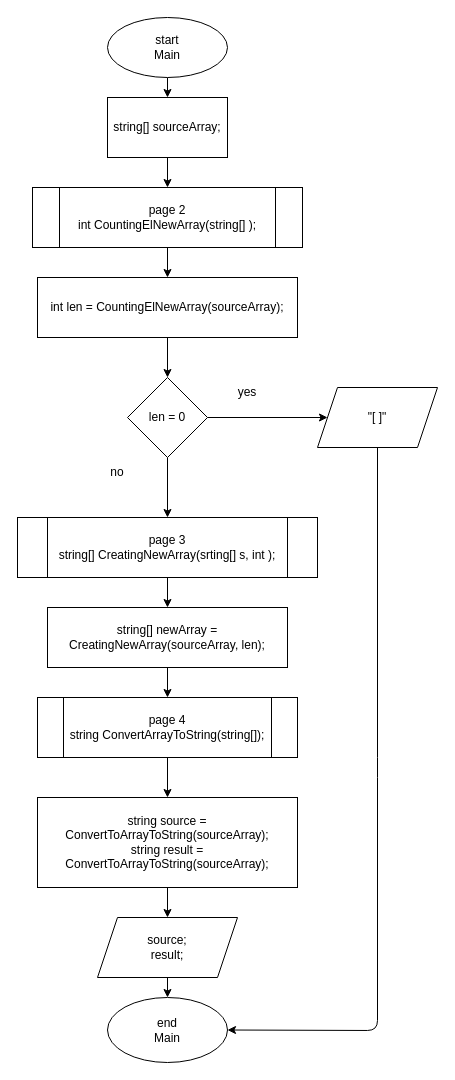
AleksandrKrivoruchko/homework keeps this draw.io diagram as page "Страница 1" (1 of 4) of finalVerificationWork/finalVerificationWork.dio. Above is the earlier version. Source tidied: cells renumbered, new cells numbered last; positions are measured from the earlier drawing's top-left corner, leaving out a move shared by most shapes. Both pictures are drawn from the tidied source at 100%, with x=0, y=0 at pixel (17, 17).
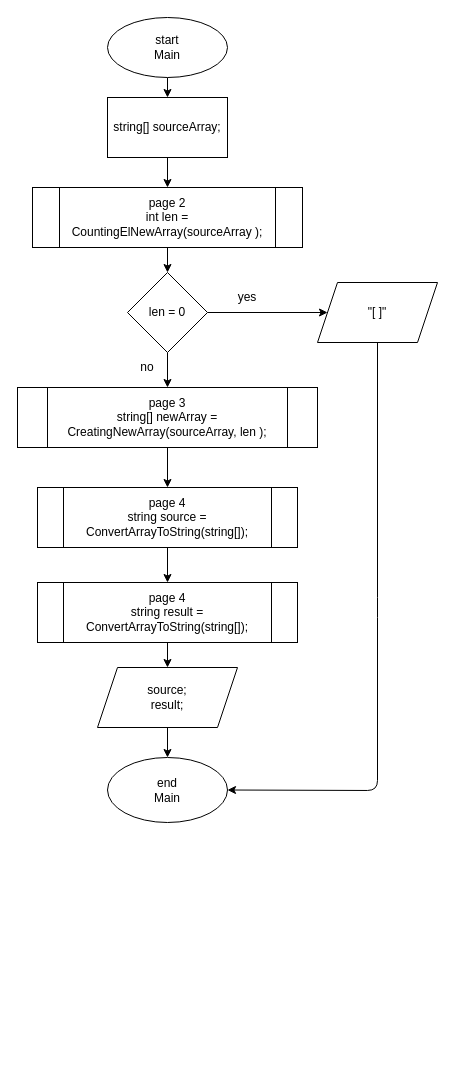
After the change.

What changed in the source:
```diff
@@
-    <mxCell id="6" style="edgeStyle=none;html=1;entryX=0.5;entryY=0;entryDx=0;entryDy=0;" parent="1" edge="1" source="7" target="14">
-      <mxGeometry relative="1" as="geometry" />
-    </mxCell>
+    <mxCell id="28" style="edgeStyle=none;html=1;entryX=0.5;entryY=0;entryDx=0;entryDy=0;" parent="1" edge="1" source="7" target="23">
+      <mxGeometry relative="1" as="geometry" />
+    </mxCell>
-    <mxCell id="7" value="page 2&lt;br&gt;int CountingElNewArray(string[] );" style="shape=process;whiteSpace=wrap;html=1;backgroundOutline=1;" parent="1" vertex="1">
+    <mxCell id="7" value="page 2&lt;br&gt;int len = CountingElNewArray(sourceArray );" style="shape=process;whiteSpace=wrap;html=1;backgroundOutline=1;" parent="1" vertex="1">
       <mxGeometry x="15" y="170" width="270" height="60" as="geometry" />
     </mxCell>
-    <mxCell id="8" style="edgeStyle=none;html=1;entryX=0.5;entryY=0;entryDx=0;entryDy=0;" parent="1" edge="1" source="9" target="16">
-      <mxGeometry relative="1" as="geometry" />
-    </mxCell>
+    <mxCell id="29" style="edgeStyle=none;html=1;entryX=0.5;entryY=0;entryDx=0;entryDy=0;" parent="1" edge="1" source="9" target="18">
+      <mxGeometry relative="1" as="geometry" />
+    </mxCell>
-    <mxCell id="9" value="page 3&lt;br&gt;string[] CreatingNewArray(srting[] s, int );" style="shape=process;whiteSpace=wrap;html=1;backgroundOutline=1;" parent="1" vertex="1">
-      <mxGeometry y="500" width="300" height="60" as="geometry" />
+    <mxCell id="9" value="page 3&lt;br&gt;string[] newArray = CreatingNewArray(sourceArray, len );" style="shape=process;whiteSpace=wrap;html=1;backgroundOutline=1;" parent="1" vertex="1">
+      <mxGeometry y="370" width="300" height="60" as="geometry" />
     </mxCell>
-    <mxCell id="10" style="edgeStyle=none;html=1;entryX=0.5;entryY=0;entryDx=0;entryDy=0;" parent="1" edge="1" source="11" target="12">
+    <mxCell id="10" style="edgeStyle=none;html=1;exitX=0.5;exitY=1;exitDx=0;exitDy=0;entryX=0.5;entryY=0;entryDx=0;entryDy=0;" parent="1" edge="1" source="11" target="12">
       <mxGeometry relative="1" as="geometry" />
     </mxCell>
     <mxCell id="11" value="source;&lt;br&gt;result;" style="shape=parallelogram;perimeter=parallelogramPerimeter;whiteSpace=wrap;html=1;fixedSize=1;" parent="1" vertex="1">
-      <mxGeometry x="80" y="900" width="140" height="60" as="geometry" />
+      <mxGeometry x="80" y="650" width="140" height="60" as="geometry" />
     </mxCell>
     <mxCell id="12" value="end&lt;br&gt;Main" style="ellipse;whiteSpace=wrap;html=1;" parent="1" vertex="1">
-      <mxGeometry x="90" y="980" width="120" height="65" as="geometry" />
+      <mxGeometry x="90" y="740" width="120" height="65" as="geometry" />
     </mxCell>
-    <mxCell id="13" style="edgeStyle=none;html=1;entryX=0.5;entryY=0;entryDx=0;entryDy=0;" parent="1" edge="1" source="14" target="23">
-      <mxGeometry relative="1" as="geometry" />
-    </mxCell>
-    <mxCell id="14" value="int len = CountingElNewArray(sourceArray);" style="rounded=0;whiteSpace=wrap;html=1;" parent="1" vertex="1">
-      <mxGeometry x="20" y="260" width="260" height="60" as="geometry" />
-    </mxCell>
-    <mxCell id="15" style="edgeStyle=none;html=1;entryX=0.5;entryY=0;entryDx=0;entryDy=0;" parent="1" edge="1" source="16" target="18">
-      <mxGeometry relative="1" as="geometry" />
-    </mxCell>
-    <mxCell id="16" value="string[] newArray = CreatingNewArray(sourceArray, len);" style="rounded=0;whiteSpace=wrap;html=1;" parent="1" vertex="1">
-      <mxGeometry x="30" y="590" width="240" height="60" as="geometry" />
-    </mxCell>
-    <mxCell id="17" style="edgeStyle=none;html=1;entryX=0.5;entryY=0;entryDx=0;entryDy=0;" parent="1" edge="1" source="18" target="20">
-      <mxGeometry relative="1" as="geometry" />
-    </mxCell>
+    <mxCell id="30" style="edgeStyle=none;html=1;entryX=0.5;entryY=0;entryDx=0;entryDy=0;" parent="1" edge="1" source="18" target="32">
+      <mxGeometry relative="1" as="geometry" />
+    </mxCell>
-    <mxCell id="18" value="page 4&lt;br&gt;string ConvertArrayToString(string[]);" style="shape=process;whiteSpace=wrap;html=1;backgroundOutline=1;" parent="1" vertex="1">
-      <mxGeometry x="20" y="680" width="260" height="60" as="geometry" />
+    <mxCell id="18" value="page 4&lt;br&gt;string source = ConvertArrayToString(string[]);" style="shape=process;whiteSpace=wrap;html=1;backgroundOutline=1;" parent="1" vertex="1">
+      <mxGeometry x="20" y="470" width="260" height="60" as="geometry" />
     </mxCell>
-    <mxCell id="19" style="edgeStyle=none;html=1;entryX=0.5;entryY=0;entryDx=0;entryDy=0;" parent="1" edge="1" source="20" target="11">
-      <mxGeometry relative="1" as="geometry" />
-    </mxCell>
-    <mxCell id="20" value="string source = ConvertToArrayToString(sourceArray);&lt;br&gt;string result = ConvertToArrayToString(sourceArray);" style="rounded=0;whiteSpace=wrap;html=1;" parent="1" vertex="1">
-      <mxGeometry x="20" y="780" width="260" height="90" as="geometry" />
-    </mxCell>
@@
     <mxCell id="23" value="len = 0" style="rhombus;whiteSpace=wrap;html=1;" parent="1" vertex="1">
-      <mxGeometry x="110" y="360" width="80" height="80" as="geometry" />
+      <mxGeometry x="110" y="255" width="80" height="80" as="geometry" />
     </mxCell>
     <mxCell id="24" style="edgeStyle=none;html=1;entryX=1;entryY=0.5;entryDx=0;entryDy=0;" parent="1" edge="1" source="25" target="12">
       <mxGeometry relative="1" as="geometry">
         <Array as="points">
-          <mxPoint x="360" y="750" />
-          <mxPoint x="360" y="1013" />
+          <mxPoint x="360" y="590" />
+          <mxPoint x="360" y="773" />
         </Array>
       </mxGeometry>
     </mxCell>
     <mxCell id="25" value="&quot;[ ]&quot;" style="shape=parallelogram;perimeter=parallelogramPerimeter;whiteSpace=wrap;html=1;fixedSize=1;" parent="1" vertex="1">
-      <mxGeometry x="300" y="370" width="120" height="60" as="geometry" />
+      <mxGeometry x="300" y="265" width="120" height="60" as="geometry" />
     </mxCell>
     <mxCell id="26" value="yes" style="text;html=1;strokeColor=none;fillColor=none;align=center;verticalAlign=middle;whiteSpace=wrap;rounded=0;" parent="1" vertex="1">
-      <mxGeometry x="200" y="360" width="60" height="30" as="geometry" />
+      <mxGeometry x="200" y="265" width="60" height="30" as="geometry" />
     </mxCell>
     <mxCell id="27" value="no" style="text;html=1;strokeColor=none;fillColor=none;align=center;verticalAlign=middle;whiteSpace=wrap;rounded=0;" parent="1" vertex="1">
-      <mxGeometry x="70" y="440" width="60" height="30" as="geometry" />
+      <mxGeometry x="100" y="335" width="60" height="30" as="geometry" />
     </mxCell>
+    <mxCell id="31" style="edgeStyle=none;html=1;entryX=0.5;entryY=0;entryDx=0;entryDy=0;" parent="1" edge="1" source="32" target="11">
+      <mxGeometry relative="1" as="geometry" />
+    </mxCell>
+    <mxCell id="32" value="page 4&lt;br&gt;string result = ConvertArrayToString(string[]);" style="shape=process;whiteSpace=wrap;html=1;backgroundOutline=1;" parent="1" vertex="1">
+      <mxGeometry x="20" y="565" width="260" height="60" as="geometry" />
+    </mxCell>
```
